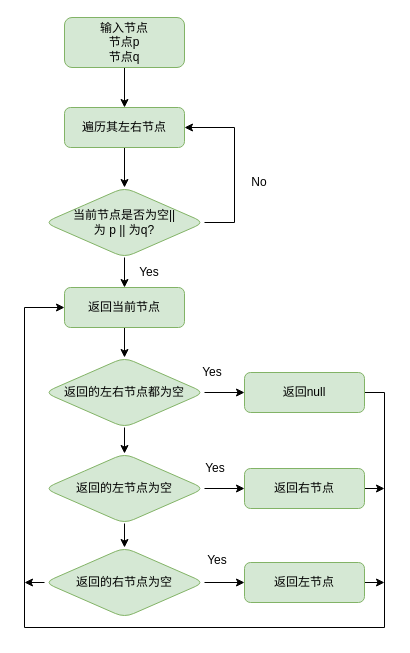
Before: page "二叉树的最近公共祖先" (3 of 3) of 2022055.drawio in HonyoLAN/telmy, a draw.io diagram. Source tidied: cells renumbered, new cells numbered last; positions are measured from the earlier drawing's top-left corner, leaving out a move shared by most shapes. Both pictures are drawn from the tidied source at 100%, with x=0, y=0 at pixel (24, 17).
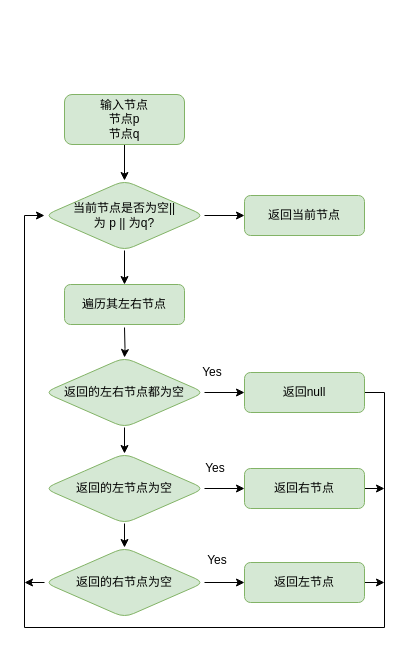
The same page after the edit.

The change refers to these unchanged cells:
```xml
<mxCell id="13" value="返回的左右节点都为空" style="rhombus;whiteSpace=wrap;html=1;fillColor=#d5e8d4;strokeColor=#82b366;rounded=1;" parent="1" vertex="1">
  <mxGeometry x="20" y="340" width="160" height="70" as="geometry" />
</mxCell>
<mxCell id="21" value="返回null" style="rounded=1;whiteSpace=wrap;html=1;fillColor=#d5e8d4;strokeColor=#82b366;" parent="1" vertex="1">
  <mxGeometry x="220" y="355" width="120" height="40" as="geometry" />
</mxCell>
```

What changed in the source:
```diff
@@
-    <mxCell id="2" style="edgeStyle=orthogonalEdgeStyle;rounded=0;jettySize=auto;html=1;" parent="1" edge="1" source="3" target="5">
-      <mxGeometry relative="1" as="geometry" />
-    </mxCell>
+    <mxCell id="31" style="edgeStyle=orthogonalEdgeStyle;rounded=0;jettySize=auto;html=1;" parent="1" edge="1" source="3" target="8">
+      <mxGeometry relative="1" as="geometry" />
+    </mxCell>
     <mxCell id="3" value="输入节点&lt;br&gt;节点p&lt;br&gt;节点q" style="rounded=1;whiteSpace=wrap;html=1;fillColor=#d5e8d4;strokeColor=#82b366;" parent="1" vertex="1">
-      <mxGeometry x="40" width="120" height="50" as="geometry" />
+      <mxGeometry x="40" y="77" width="120" height="50" as="geometry" />
     </mxCell>
-    <mxCell id="4" style="edgeStyle=orthogonalEdgeStyle;rounded=0;jettySize=auto;html=1;" parent="1" edge="1" source="5" target="8">
-      <mxGeometry relative="1" as="geometry" />
-    </mxCell>
-    <mxCell id="5" value="遍历其左右节点" style="rounded=1;whiteSpace=wrap;html=1;fillColor=#d5e8d4;strokeColor=#82b366;" parent="1" vertex="1">
-      <mxGeometry x="40" y="90" width="120" height="40" as="geometry" />
-    </mxCell>
+    <mxCell id="7" style="edgeStyle=orthogonalEdgeStyle;rounded=0;jettySize=auto;html=1;" parent="1" edge="1" source="8" target="10">
+      <mxGeometry relative="1" as="geometry" />
+    </mxCell>
-    <mxCell id="6" style="edgeStyle=orthogonalEdgeStyle;rounded=0;jettySize=auto;html=1;exitX=1;exitY=0.5;exitDx=0;exitDy=0;entryX=1;entryY=0.5;entryDx=0;entryDy=0;" parent="1" edge="1" source="8" target="5">
-      <mxGeometry relative="1" as="geometry">
-        <Array as="points">
-          <mxPoint x="210" y="205" />
-          <mxPoint x="210" y="110" />
-        </Array>
-      </mxGeometry>
+    <mxCell id="6" style="edgeStyle=orthogonalEdgeStyle;rounded=0;jettySize=auto;html=1;" parent="1" edge="1" source="8" target="5">
+      <mxGeometry relative="1" as="geometry" />
     </mxCell>
-    <mxCell id="7" style="edgeStyle=orthogonalEdgeStyle;rounded=0;jettySize=auto;html=1;exitX=0.5;exitY=1;exitDx=0;exitDy=0;entryX=0.5;entryY=0;entryDx=0;entryDy=0;" parent="1" edge="1" source="8" target="10">
-      <mxGeometry relative="1" as="geometry" />
-    </mxCell>
     <mxCell id="8" value="当前节点是否为空||&lt;br&gt;为 p || 为q?" style="rhombus;whiteSpace=wrap;html=1;fillColor=#d5e8d4;strokeColor=#82b366;rounded=1;" parent="1" vertex="1">
-      <mxGeometry x="20" y="170" width="160" height="70" as="geometry" />
+      <mxGeometry x="20" y="163" width="160" height="70" as="geometry" />
     </mxCell>
-    <mxCell id="9" style="edgeStyle=orthogonalEdgeStyle;rounded=0;jettySize=auto;html=1;" parent="1" edge="1" source="10" target="13">
-      <mxGeometry relative="1" as="geometry" />
+    <mxCell id="9" style="edgeStyle=orthogonalEdgeStyle;rounded=0;jettySize=auto;html=1;" parent="1" edge="1" target="13">
+      <mxGeometry relative="1" as="geometry">
+        <mxPoint x="100" y="310" as="sourcePoint" />
+      </mxGeometry>
     </mxCell>
-    <mxCell id="10" value="返回当前节点" style="rounded=1;whiteSpace=wrap;html=1;fillColor=#d5e8d4;strokeColor=#82b366;" parent="1" vertex="1">
-      <mxGeometry x="40" y="270" width="120" height="40" as="geometry" />
-    </mxCell>
@@
-    <mxCell id="20" style="edgeStyle=orthogonalEdgeStyle;rounded=0;jettySize=auto;html=1;exitX=1;exitY=0.5;exitDx=0;exitDy=0;entryX=0;entryY=0.5;entryDx=0;entryDy=0;" parent="1" edge="1" source="21" target="10">
+    <mxCell id="20" style="edgeStyle=orthogonalEdgeStyle;rounded=0;jettySize=auto;html=1;exitX=1;exitY=0.5;exitDx=0;exitDy=0;entryX=0;entryY=0.5;entryDx=0;entryDy=0;" parent="1" edge="1" source="21" target="8">
       <mxGeometry relative="1" as="geometry">
         <Array as="points">
           <mxPoint x="360" y="375" />
           <mxPoint x="360" y="610" />
           <mxPoint y="610" />
-          <mxPoint y="290" />
+          <mxPoint y="198" />
         </Array>
       </mxGeometry>
     </mxCell>
@@
-    <mxCell id="26" value="No" style="text;html=1;strokeColor=none;fillColor=none;align=center;verticalAlign=middle;whiteSpace=wrap;rounded=0;" parent="1" vertex="1">
-      <mxGeometry x="220" y="150" width="30" height="30" as="geometry" />
-    </mxCell>
-    <mxCell id="27" value="Yes" style="text;html=1;strokeColor=none;fillColor=none;align=center;verticalAlign=middle;whiteSpace=wrap;rounded=0;" parent="1" vertex="1">
-      <mxGeometry x="110" y="240" width="30" height="30" as="geometry" />
-    </mxCell>
@@
+    <mxCell id="5" value="遍历其左右节点" style="rounded=1;whiteSpace=wrap;html=1;fillColor=#d5e8d4;strokeColor=#82b366;" parent="1" vertex="1">
+      <mxGeometry x="40" y="267" width="120" height="40" as="geometry" />
+    </mxCell>
+    <mxCell id="10" value="返回当前节点" style="rounded=1;whiteSpace=wrap;html=1;fillColor=#d5e8d4;strokeColor=#82b366;" parent="1" vertex="1">
+      <mxGeometry x="220" y="178" width="120" height="40" as="geometry" />
+    </mxCell>
```
